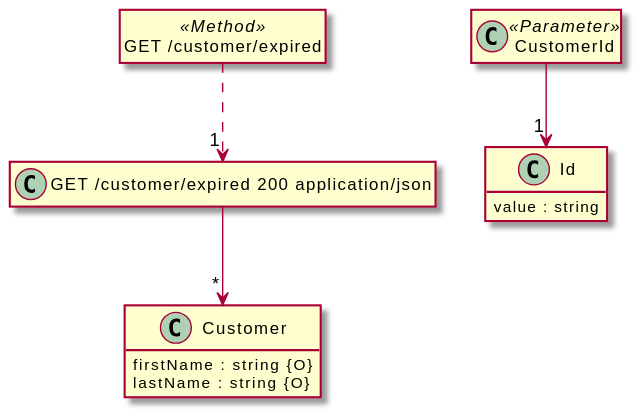
Before: src/docs/tests/parameter-ref-ref.puml.svg, a diagram exported from PlantUML (davidmoten/openapi-to-plantuml).
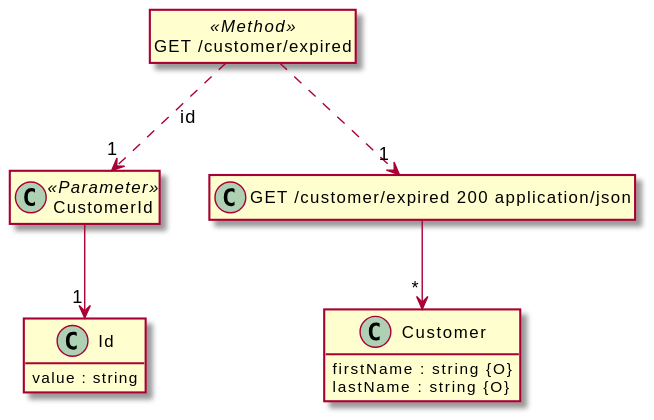
Above is the later version.

Change to the diagram source:
```diff
@@ -24,6 +24,8 @@
 
 "CustomerId" --> "1" "Id"
 
+"GET /customer/expired" ..> "1" "CustomerId" : "id"
+
 "GET /customer/expired 200 application/json" --> "*" "Customer"
 
 "GET /customer/expired" ..> "1" "GET /customer/expired 200 application/json"
```
